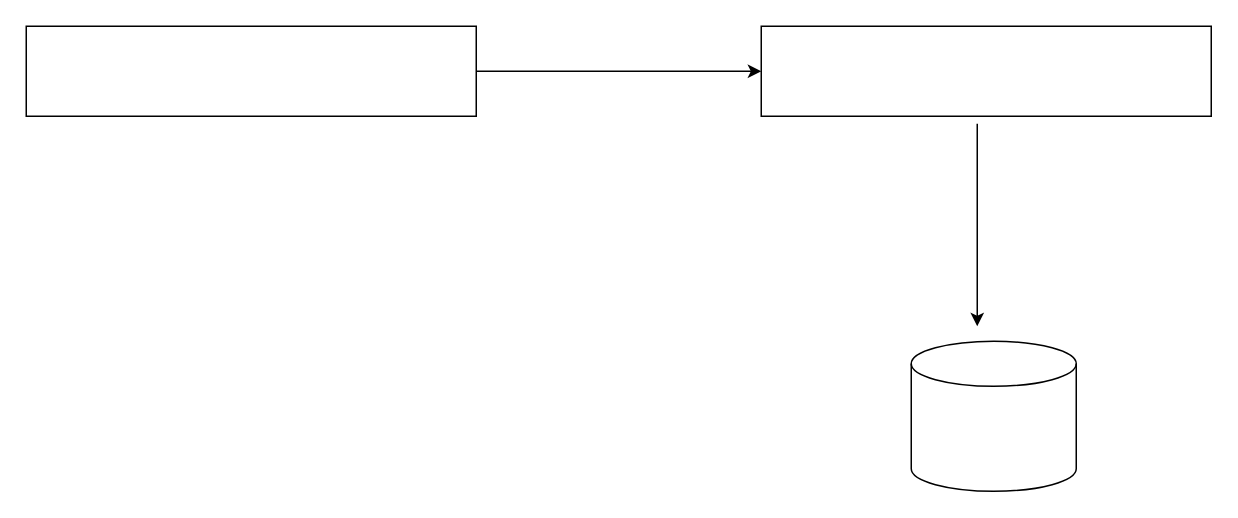
This is microservice-project-diagram1.drawio from moumitacloud08/Microservice-documents, a draw.io file, before an edit. Source tidied: cells renumbered, new cells numbered last; positions are measured from the earlier drawing's top-left corner, leaving out a move shared by most shapes. Both pictures are drawn from the tidied source at 150%, with x=0, y=0 at pixel (26, 26).
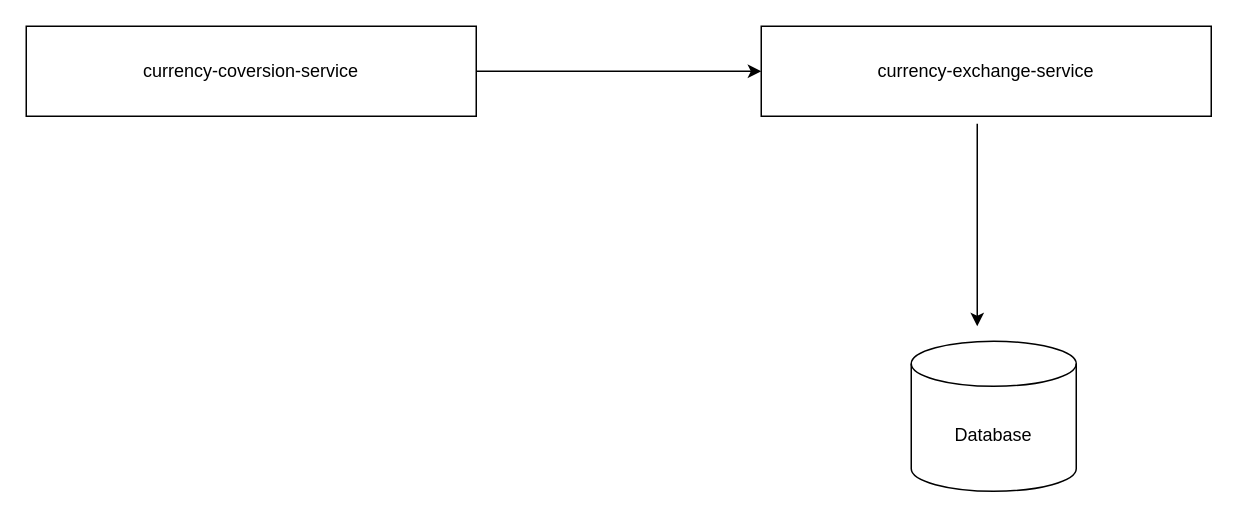
Above is the later version.

The edit, as a diff of the source:
```diff
@@
 <mxGraphModel>
   <root>
     <mxCell id="0" />
     <mxCell id="1" parent="0" />
-    <mxCell id="2" style="rounded=0;whiteSpace=wrap;html=1;" parent="1" vertex="1">
+    <mxCell id="2" value="currency-coversion-service" style="rounded=0;whiteSpace=wrap;html=1;" parent="1" vertex="1">
       <mxGeometry width="300" height="60" as="geometry" />
     </mxCell>
-    <mxCell id="3" style="rounded=0;whiteSpace=wrap;html=1;" parent="1" vertex="1">
+    <mxCell id="3" value="currency-exchange-service" style="rounded=0;whiteSpace=wrap;html=1;" parent="1" vertex="1">
       <mxGeometry x="490" width="300" height="60" as="geometry" />
     </mxCell>
-    <mxCell id="4" style="shape=cylinder3;whiteSpace=wrap;html=1;boundedLbl=1;backgroundOutline=1;size=15;" parent="1" vertex="1">
+    <mxCell id="4" value="Database" style="shape=cylinder3;whiteSpace=wrap;html=1;boundedLbl=1;backgroundOutline=1;size=15;" parent="1" vertex="1">
       <mxGeometry x="590" y="210" width="110" height="100" as="geometry" />
     </mxCell>
     <mxCell id="5" style="endArrow=classic;html=1;rounded=0;exitX=1;exitY=0.5;exitDx=0;exitDy=0;entryX=0;entryY=0.5;entryDx=0;entryDy=0;entryPerimeter=0;" parent="1" edge="1" source="2" target="3">
       <mxGeometry relative="1" as="geometry" />
     </mxCell>
     <mxCell id="6" style="endArrow=classic;html=1;rounded=0;exitX=0.48;exitY=1.083;exitDx=0;exitDy=0;exitPerimeter=0;" parent="1" edge="1" source="3">
       <mxGeometry relative="1" as="geometry">
         <mxPoint x="634" y="200" as="targetPoint" />
       </mxGeometry>
     </mxCell>
   </root>
 </mxGraphModel>
```
